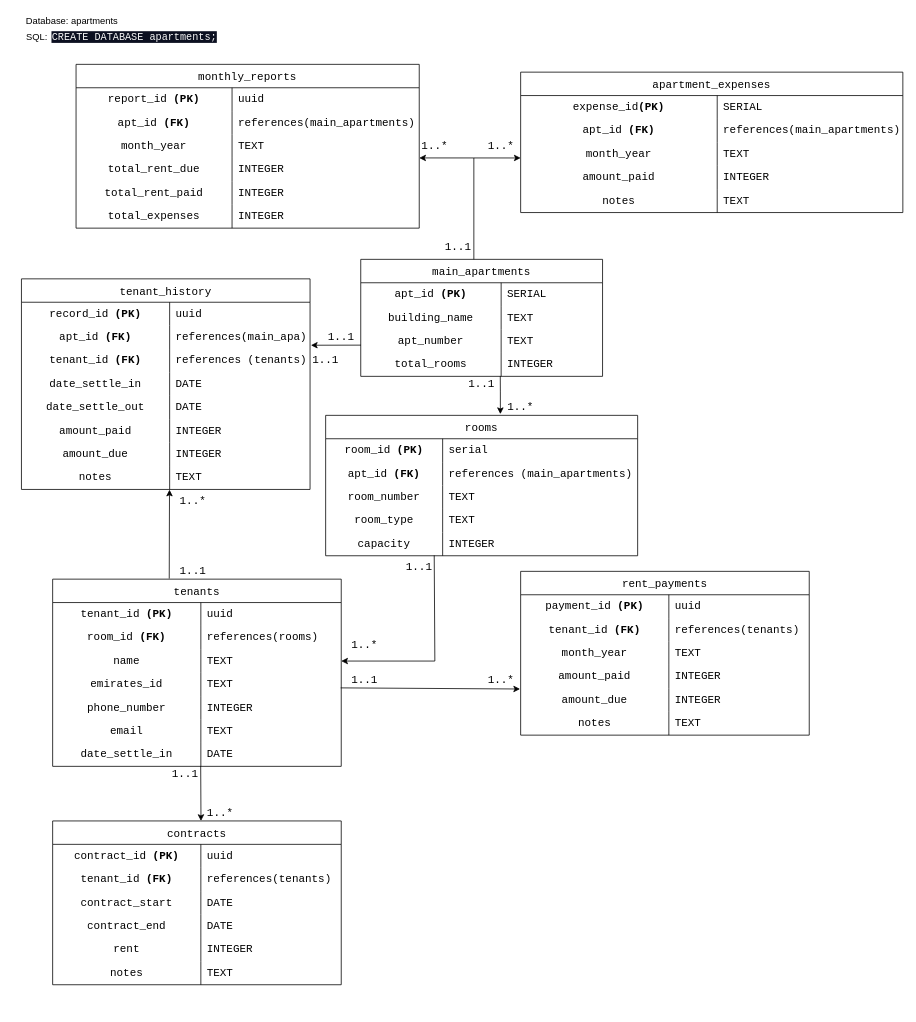
Before: page "old" (3 of 3) of server-beta/db/Documentation/Entities.drawio in buudi/system-beta, a draw.io diagram. Source tidied: cells renumbered, new cells numbered last; positions are measured from the earlier drawing's top-left corner, leaving out a move shared by most shapes. Both pictures are drawn from the tidied source at 78%, with x=0, y=0 at pixel (13, 13).
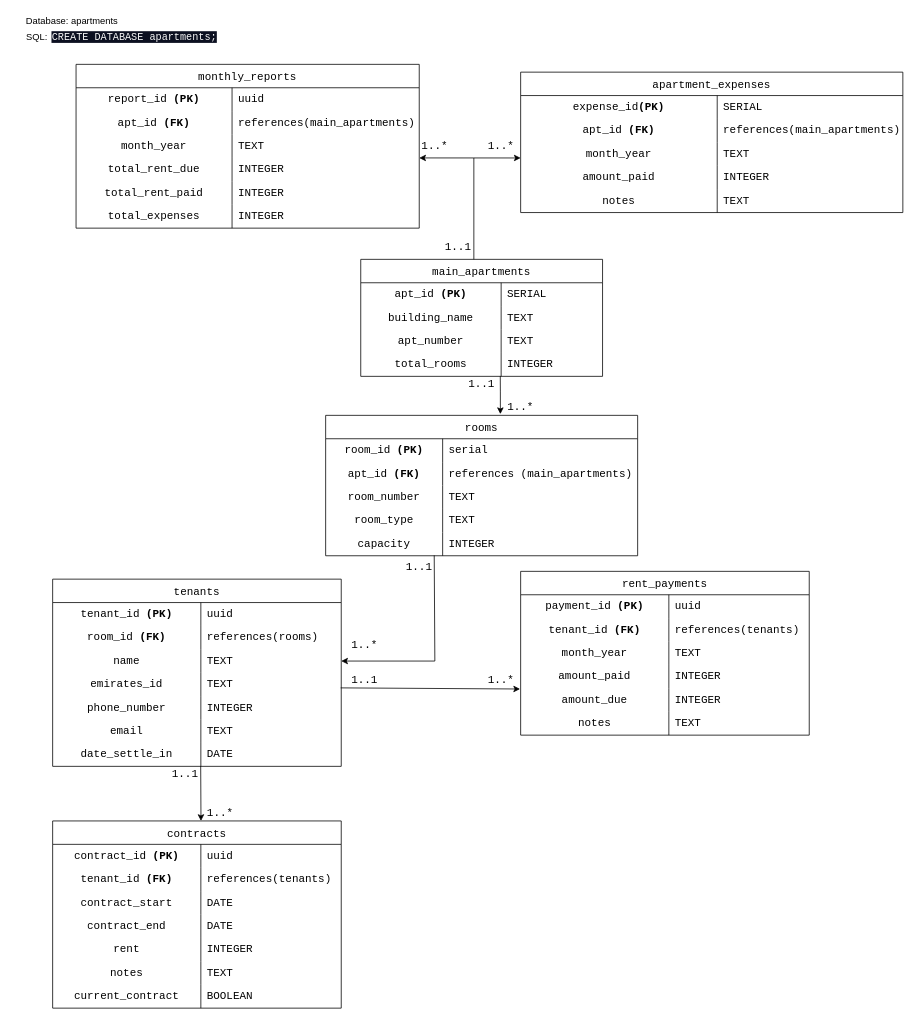
The same page after the edit.

Commit message (it also covers changes not shown here):
post request to add new tenant, fixed the contract fetch issue

Unchanged cells that the change refers to:
```xml
<mxCell id="12" style="shape=tableRow;horizontal=0;startSize=0;swimlaneHead=0;swimlaneBody=0;top=0;left=0;bottom=0;right=0;fillColor=none;points=[[0,0.5],[1,0.5]];portConstraint=eastwest;strokeColor=inherit;fontSize=16;fontFamily=Courier New;" parent="5" vertex="1">
  <mxGeometry y="90" width="310" height="30" as="geometry" />
</mxCell>
<mxCell id="34" value="tenants" style="shape=table;startSize=30;childLayout=tableLayout;rowLines=0;fontStyle=0;strokeColor=default;fontSize=14;fontFamily=Courier New;" parent="1" vertex="1">
  <mxGeometry x="50" y="725" width="370" height="240" as="geometry" />
</mxCell>
```

What changed in the source:
```diff
@@
-    <mxCell id="124" value="tenant_history" style="shape=table;startSize=30;childLayout=tableLayout;rowLines=0;fontStyle=0;strokeColor=default;fontSize=14;fontFamily=Courier New;" parent="1" vertex="1">
-      <mxGeometry x="10" y="340" width="370" height="270" as="geometry" />
-    </mxCell>
-    <mxCell id="125" style="shape=tableRow;horizontal=0;startSize=0;swimlaneHead=0;swimlaneBody=0;top=0;left=0;bottom=0;right=0;fillColor=none;strokeColor=inherit;fontSize=16;fontFamily=Courier New;" parent="124" vertex="1">
-      <mxGeometry y="30" width="370" height="30" as="geometry" />
-    </mxCell>
-    <mxCell id="126" value="record_id &lt;b&gt;(PK)&lt;/b&gt;" style="shape=partialRectangle;html=1;whiteSpace=wrap;fillColor=none;top=0;left=0;bottom=0;right=0;overflow=hidden;strokeColor=inherit;fontSize=14;fontFamily=Courier New;" parent="125" vertex="1">
-      <mxGeometry width="190" height="30" as="geometry" />
-    </mxCell>
-    <mxCell id="127" value="uuid" style="shape=partialRectangle;html=1;whiteSpace=wrap;fillColor=none;top=0;left=0;bottom=0;right=0;align=left;spacingLeft=6;overflow=hidden;strokeColor=inherit;fontSize=14;fontFamily=Courier New;" parent="125" vertex="1">
-      <mxGeometry x="190" width="180" height="30" as="geometry" />
-    </mxCell>
-    <mxCell id="128" style="shape=tableRow;horizontal=0;startSize=0;swimlaneHead=0;swimlaneBody=0;top=0;left=0;bottom=0;right=0;fillColor=none;points=[[0,0.5],[1,0.5]];portConstraint=eastwest;strokeColor=inherit;fontSize=16;fontFamily=Courier New;" parent="124" vertex="1">
-      <mxGeometry y="60" width="370" height="30" as="geometry" />
-    </mxCell>
-    <mxCell id="129" value="apt_id&amp;nbsp;&lt;b&gt;(FK)&lt;/b&gt;" style="shape=partialRectangle;html=1;whiteSpace=wrap;fillColor=none;top=0;left=0;bottom=0;right=0;overflow=hidden;strokeColor=inherit;fontSize=14;fontFamily=Courier New;" parent="128" vertex="1">
-      <mxGeometry width="190" height="30" as="geometry" />
-    </mxCell>
-    <mxCell id="130" value="references(main_apa)" style="shape=partialRectangle;html=1;whiteSpace=wrap;fillColor=none;top=0;left=0;bottom=0;right=0;align=left;spacingLeft=6;overflow=hidden;strokeColor=inherit;fontSize=14;fontFamily=Courier New;" parent="128" vertex="1">
-      <mxGeometry x="190" width="180" height="30" as="geometry" />
-    </mxCell>
-    <mxCell id="131" style="shape=tableRow;horizontal=0;startSize=0;swimlaneHead=0;swimlaneBody=0;top=0;left=0;bottom=0;right=0;fillColor=none;strokeColor=inherit;fontSize=16;fontFamily=Courier New;" parent="124" vertex="1">
-      <mxGeometry y="90" width="370" height="30" as="geometry" />
-    </mxCell>
-    <mxCell id="132" value="tenant_id &lt;b&gt;(FK)&lt;/b&gt;" style="shape=partialRectangle;html=1;whiteSpace=wrap;fillColor=none;top=0;left=0;bottom=0;right=0;overflow=hidden;strokeColor=inherit;fontSize=14;fontFamily=Courier New;" parent="131" vertex="1">
-      <mxGeometry width="190" height="30" as="geometry" />
-    </mxCell>
-    <mxCell id="133" value="references (tenants)" style="shape=partialRectangle;html=1;whiteSpace=wrap;fillColor=none;top=0;left=0;bottom=0;right=0;align=left;spacingLeft=6;overflow=hidden;strokeColor=inherit;fontSize=14;fontFamily=Courier New;" parent="131" vertex="1">
-      <mxGeometry x="190" width="180" height="30" as="geometry" />
-    </mxCell>
-    <mxCell id="134" style="shape=tableRow;horizontal=0;startSize=0;swimlaneHead=0;swimlaneBody=0;top=0;left=0;bottom=0;right=0;fillColor=none;strokeColor=inherit;fontSize=16;fontFamily=Courier New;" parent="124" vertex="1">
-      <mxGeometry y="120" width="370" height="30" as="geometry" />
-    </mxCell>
-    <mxCell id="135" value="date_settle_in" style="shape=partialRectangle;html=1;whiteSpace=wrap;fillColor=none;top=0;left=0;bottom=0;right=0;overflow=hidden;strokeColor=inherit;fontSize=14;fontFamily=Courier New;" parent="134" vertex="1">
-      <mxGeometry width="190" height="30" as="geometry" />
-    </mxCell>
-    <mxCell id="136" value="DATE" style="shape=partialRectangle;html=1;whiteSpace=wrap;fillColor=none;top=0;left=0;bottom=0;right=0;align=left;spacingLeft=6;overflow=hidden;strokeColor=inherit;fontSize=14;fontFamily=Courier New;" parent="134" vertex="1">
-      <mxGeometry x="190" width="180" height="30" as="geometry" />
-    </mxCell>
-    <mxCell id="137" style="shape=tableRow;horizontal=0;startSize=0;swimlaneHead=0;swimlaneBody=0;top=0;left=0;bottom=0;right=0;fillColor=none;strokeColor=inherit;fontSize=16;fontFamily=Courier New;" parent="124" vertex="1">
-      <mxGeometry y="150" width="370" height="30" as="geometry" />
-    </mxCell>
-    <mxCell id="138" value="date_settle_out" style="shape=partialRectangle;html=1;whiteSpace=wrap;fillColor=none;top=0;left=0;bottom=0;right=0;overflow=hidden;strokeColor=inherit;fontSize=14;fontFamily=Courier New;" parent="137" vertex="1">
-      <mxGeometry width="190" height="30" as="geometry" />
-    </mxCell>
-    <mxCell id="139" value="DATE" style="shape=partialRectangle;html=1;whiteSpace=wrap;fillColor=none;top=0;left=0;bottom=0;right=0;align=left;spacingLeft=6;overflow=hidden;strokeColor=inherit;fontSize=14;fontFamily=Courier New;" parent="137" vertex="1">
-      <mxGeometry x="190" width="180" height="30" as="geometry" />
-    </mxCell>
-    <mxCell id="140" style="shape=tableRow;horizontal=0;startSize=0;swimlaneHead=0;swimlaneBody=0;top=0;left=0;bottom=0;right=0;fillColor=none;strokeColor=inherit;fontSize=16;fontFamily=Courier New;" parent="124" vertex="1">
-      <mxGeometry y="180" width="370" height="30" as="geometry" />
-    </mxCell>
-    <mxCell id="141" value="amount_paid" style="shape=partialRectangle;html=1;whiteSpace=wrap;fillColor=none;top=0;left=0;bottom=0;right=0;overflow=hidden;strokeColor=inherit;fontSize=14;fontFamily=Courier New;" parent="140" vertex="1">
-      <mxGeometry width="190" height="30" as="geometry" />
-    </mxCell>
-    <mxCell id="142" value="INTEGER" style="shape=partialRectangle;html=1;whiteSpace=wrap;fillColor=none;top=0;left=0;bottom=0;right=0;align=left;spacingLeft=6;overflow=hidden;strokeColor=inherit;fontSize=14;fontFamily=Courier New;" parent="140" vertex="1">
-      <mxGeometry x="190" width="180" height="30" as="geometry" />
-    </mxCell>
-    <mxCell id="143" style="shape=tableRow;horizontal=0;startSize=0;swimlaneHead=0;swimlaneBody=0;top=0;left=0;bottom=0;right=0;fillColor=none;strokeColor=inherit;fontSize=16;fontFamily=Courier New;" parent="124" vertex="1">
-      <mxGeometry y="210" width="370" height="30" as="geometry" />
-    </mxCell>
-    <mxCell id="144" value="amount_due" style="shape=partialRectangle;html=1;whiteSpace=wrap;fillColor=none;top=0;left=0;bottom=0;right=0;overflow=hidden;strokeColor=inherit;fontSize=14;fontFamily=Courier New;" parent="143" vertex="1">
-      <mxGeometry width="190" height="30" as="geometry" />
-    </mxCell>
-    <mxCell id="145" value="INTEGER" style="shape=partialRectangle;html=1;whiteSpace=wrap;fillColor=none;top=0;left=0;bottom=0;right=0;align=left;spacingLeft=6;overflow=hidden;strokeColor=inherit;fontSize=14;fontFamily=Courier New;" parent="143" vertex="1">
-      <mxGeometry x="190" width="180" height="30" as="geometry" />
-    </mxCell>
-    <mxCell id="146" style="shape=tableRow;horizontal=0;startSize=0;swimlaneHead=0;swimlaneBody=0;top=0;left=0;bottom=0;right=0;fillColor=none;points=[[0,0.5],[1,0.5]];portConstraint=eastwest;strokeColor=inherit;fontSize=16;fontFamily=Courier New;" parent="124" vertex="1">
-      <mxGeometry y="240" width="370" height="30" as="geometry" />
-    </mxCell>
-    <mxCell id="147" value="notes" style="shape=partialRectangle;html=1;whiteSpace=wrap;fillColor=none;top=0;left=0;bottom=0;right=0;overflow=hidden;strokeColor=inherit;fontSize=14;fontFamily=Courier New;" parent="146" vertex="1">
-      <mxGeometry width="190" height="30" as="geometry" />
-    </mxCell>
-    <mxCell id="148" value="TEXT" style="shape=partialRectangle;html=1;whiteSpace=wrap;fillColor=none;top=0;left=0;bottom=0;right=0;align=left;spacingLeft=6;overflow=hidden;strokeColor=inherit;fontSize=14;fontFamily=Courier New;" parent="146" vertex="1">
-      <mxGeometry x="190" width="180" height="30" as="geometry" />
-    </mxCell>
-    <mxCell id="149" style="endArrow=classic;html=1;rounded=0;exitX=0.001;exitY=0.666;exitDx=0;exitDy=0;entryX=1.003;entryY=0.837;entryDx=0;entryDy=0;entryPerimeter=0;exitPerimeter=0;" parent="1" edge="1" source="12" target="128">
-      <mxGeometry relative="1" as="geometry" />
-    </mxCell>
-    <mxCell id="150" style="endArrow=classic;html=1;rounded=0;exitX=0.404;exitY=-0.003;exitDx=0;exitDy=0;exitPerimeter=0;entryX=0.513;entryY=1.009;entryDx=0;entryDy=0;entryPerimeter=0;" parent="1" edge="1" source="34" target="146">
-      <mxGeometry relative="1" as="geometry" />
-    </mxCell>
-    <mxCell id="151" value="1..1" style="text;html=1;strokeColor=none;fillColor=none;align=center;verticalAlign=middle;whiteSpace=wrap;rounded=0;fontSize=14;fontFamily=Courier New;" parent="1" vertex="1">
-      <mxGeometry x="390" y="405" width="60" height="20" as="geometry" />
-    </mxCell>
-    <mxCell id="152" value="1..1" style="text;html=1;strokeColor=none;fillColor=none;align=center;verticalAlign=middle;whiteSpace=wrap;rounded=0;fontSize=14;fontFamily=Courier New;" parent="1" vertex="1">
-      <mxGeometry x="370" y="435" width="60" height="20" as="geometry" />
-    </mxCell>
-    <mxCell id="153" value="1..1" style="text;html=1;strokeColor=none;fillColor=none;align=center;verticalAlign=middle;whiteSpace=wrap;rounded=0;fontSize=14;fontFamily=Courier New;" parent="1" vertex="1">
-      <mxGeometry x="200" y="705" width="60" height="20" as="geometry" />
-    </mxCell>
-    <mxCell id="154" value="1..*" style="text;html=1;strokeColor=none;fillColor=none;align=center;verticalAlign=middle;whiteSpace=wrap;rounded=0;fontSize=14;fontFamily=Courier New;" parent="1" vertex="1">
-      <mxGeometry x="200" y="615" width="60" height="20" as="geometry" />
-    </mxCell>
     <mxCell id="155" value="contracts" style="shape=table;startSize=30;childLayout=tableLayout;rowLines=0;fontStyle=0;strokeColor=default;fontSize=14;fontFamily=Courier New;" parent="1" vertex="1">
-      <mxGeometry x="50" y="1035" width="370" height="210" as="geometry" />
+      <mxGeometry x="50" y="1035" width="370" height="240" as="geometry" />
     </mxCell>
@@
+    <mxCell id="143" style="shape=tableRow;horizontal=0;startSize=0;swimlaneHead=0;swimlaneBody=0;top=0;left=0;bottom=0;right=0;fillColor=none;strokeColor=inherit;fontSize=16;fontFamily=Courier New;" parent="155" vertex="1">
+      <mxGeometry y="210" width="370" height="30" as="geometry" />
+    </mxCell>
+    <mxCell id="177" value="current_contract" style="shape=partialRectangle;html=1;whiteSpace=wrap;fillColor=none;top=0;left=0;bottom=0;right=0;overflow=hidden;strokeColor=inherit;fontSize=14;fontFamily=Courier New;" parent="143" vertex="1">
+      <mxGeometry width="190" height="30" as="geometry" />
+    </mxCell>
+    <mxCell id="178" value="BOOLEAN" style="shape=partialRectangle;html=1;whiteSpace=wrap;fillColor=none;top=0;left=0;bottom=0;right=0;align=left;spacingLeft=6;overflow=hidden;strokeColor=inherit;fontSize=14;fontFamily=Courier New;" parent="143" vertex="1">
+      <mxGeometry x="190" width="180" height="30" as="geometry" />
+    </mxCell>
```
